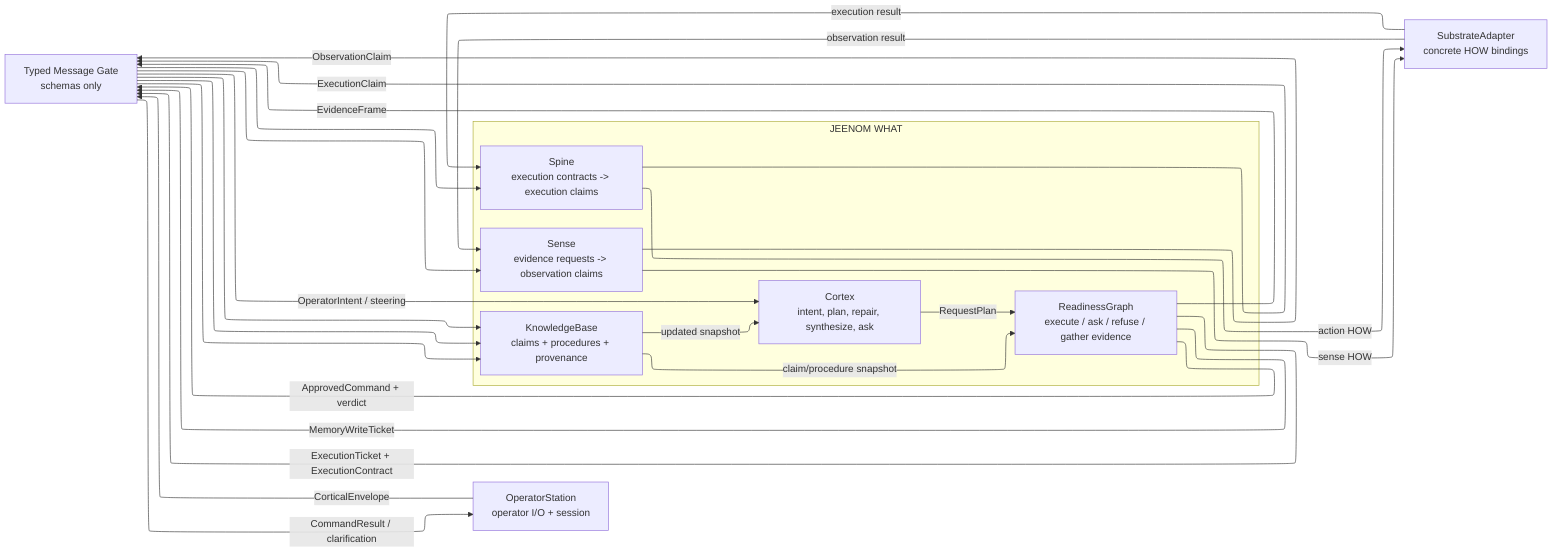
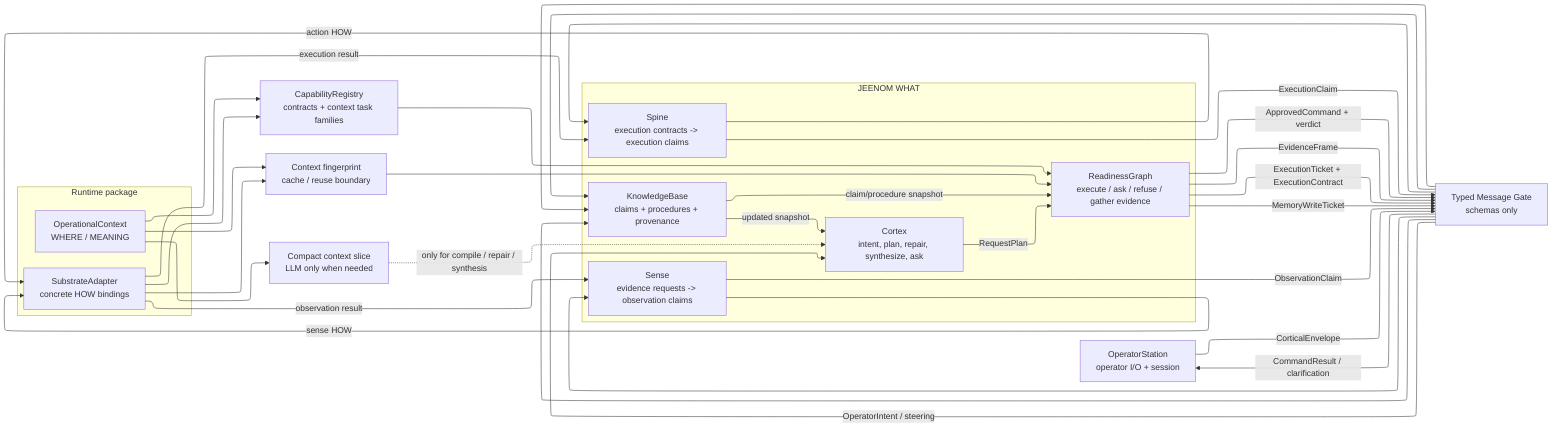
---
config:
  layout: elk
---
flowchart LR

  OP["OperatorStation<br>operator I/O + session"]
  MSG["Typed Message Gate<br>schemas only"]

+   subgraph RUN["Runtime package"]
+     CTX["OperationalContext<br>WHERE / MEANING"]
+     SUB["SubstrateAdapter<br>concrete HOW bindings"]
+   end
+ 
+   REG["CapabilityRegistry<br>contracts + context task families"]
+   FP["Context fingerprint<br>cache / reuse boundary"]
+   SLICE["Compact context slice<br>LLM only when needed"]
+ 
  subgraph ARCH["JEENOM WHAT"]
    CX["Cortex<br>intent, plan, repair, synthesize, ask"]
    RG["ReadinessGraph<br>execute / ask / refuse / gather evidence"]
    KB["KnowledgeBase<br>claims + procedures + provenance"]
    SE["Sense<br>evidence requests -> observation claims"]
    SP["Spine<br>execution contracts -> execution claims"]
  end

-   SUB["SubstrateAdapter<br>concrete HOW bindings"]
+   CTX --> REG
+   SUB --> REG
+   CTX --> FP
+   SUB --> FP
+   CTX --> SLICE

  OP -->|CorticalEnvelope| MSG
  MSG -->|OperatorIntent / steering| CX
+   SLICE -. "only for compile / repair / synthesis" .-> CX
  CX -->|RequestPlan| RG
+   REG --> RG
+   FP --> RG
  KB -->|claim/procedure snapshot| RG
  RG -->|ApprovedCommand + verdict| MSG
  MSG -->|CommandResult / clarification| OP

  RG -->|EvidenceFrame| MSG
  MSG --> SE
  SE -->|sense HOW| SUB
  SUB -->|observation result| SE
  SE -->|ObservationClaim| MSG
  MSG --> KB

  RG -->|ExecutionTicket + ExecutionContract| MSG
  MSG --> SP
  SP -->|action HOW| SUB
  SUB -->|execution result| SP
  SP -->|ExecutionClaim| MSG
  MSG --> KB

  RG -->|MemoryWriteTicket| MSG
  MSG --> KB

  KB -->|updated snapshot| CX
